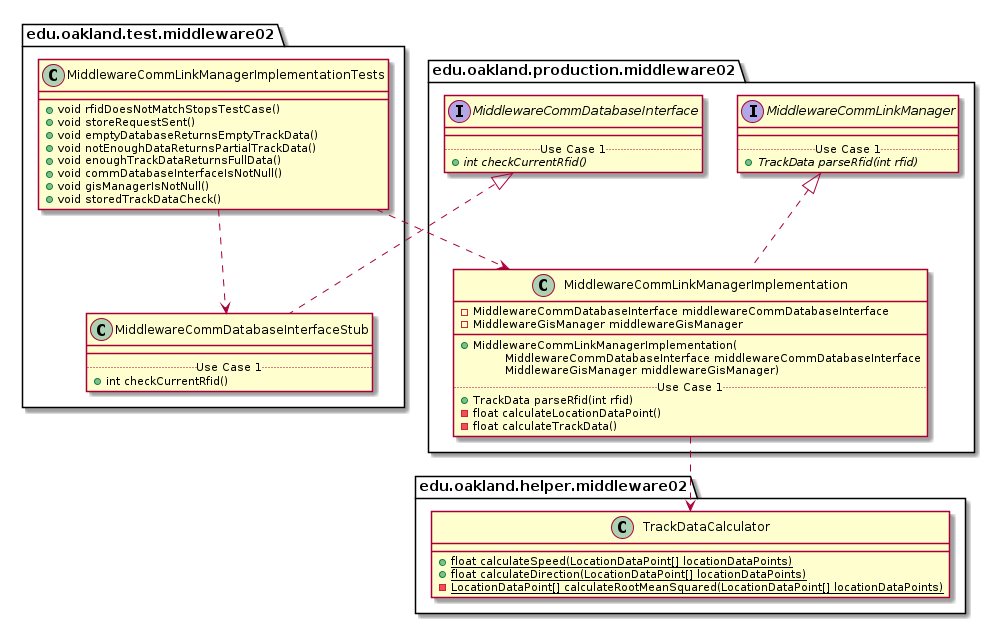
Earlier version of the PlantUML export docs/uml-class-diagrams/middleware02/test/MiddlewareCommLinkManagerImplementationTests/MiddlewareCommLinkManagerImplementationTests_Closure.png (andrewdimmer/csi-3370-software-project).
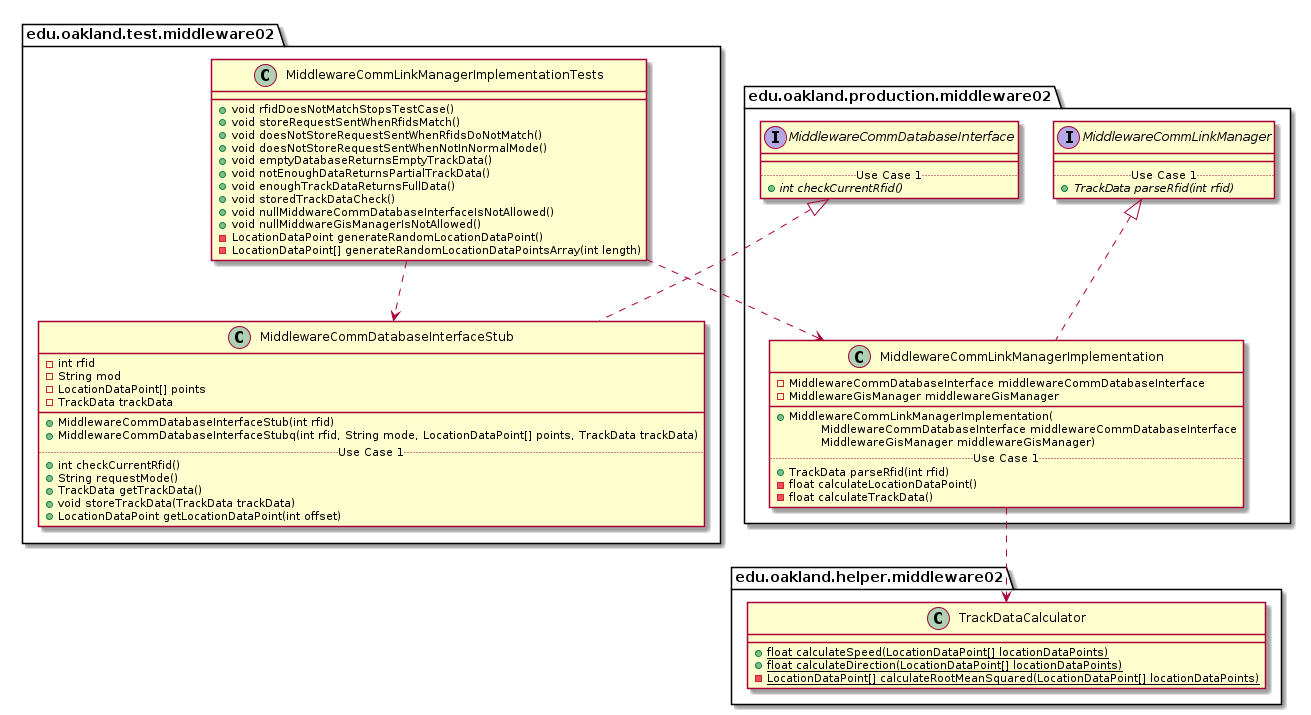
Later version of the same file.

What changed in the source:
```diff
@@ -4,13 +4,17 @@
 package edu.oakland.test.middleware02 {
     class MiddlewareCommLinkManagerImplementationTests {
         + void rfidDoesNotMatchStopsTestCase()
-        + void storeRequestSent()
+        + void storeRequestSentWhenRfidsMatch()
+        + void doesNotStoreRequestSentWhenRfidsDoNotMatch()
+        + void doesNotStoreRequestSentWhenNotInNormalMode()
         + void emptyDatabaseReturnsEmptyTrackData()
         + void notEnoughDataReturnsPartialTrackData()
         + void enoughTrackDataReturnsFullData()
-        + void commDatabaseInterfaceIsNotNull()
-        + void gisManagerIsNotNull()
         + void storedTrackDataCheck()
+        + void nullMiddwareCommDatabaseInterfaceIsNotAllowed()
+        + void nullMiddwareGisManagerIsNotAllowed()
+        - LocationDataPoint generateRandomLocationDataPoint()
+        - LocationDataPoint[] generateRandomLocationDataPointsArray(int length)
     }
 }
 
@@ -19,9 +23,19 @@
 
 package edu.oakland.test.middleware02 {
     class MiddlewareCommDatabaseInterfaceStub {
+        - int rfid
+        - String mod
+        - LocationDataPoint[] points
+        - TrackData trackData
         __
+        + MiddlewareCommDatabaseInterfaceStub(int rfid)
+        + MiddlewareCommDatabaseInterfaceStubq(int rfid, String mode, LocationDataPoint[] points, TrackData trackData)
         .. Use Case 1 ..
         + int checkCurrentRfid()
+        + String requestMode()
+        + TrackData getTrackData()
+        + void storeTrackData(TrackData trackData)
+        + LocationDataPoint getLocationDataPoint(int offset)
     }
 }
 
```
